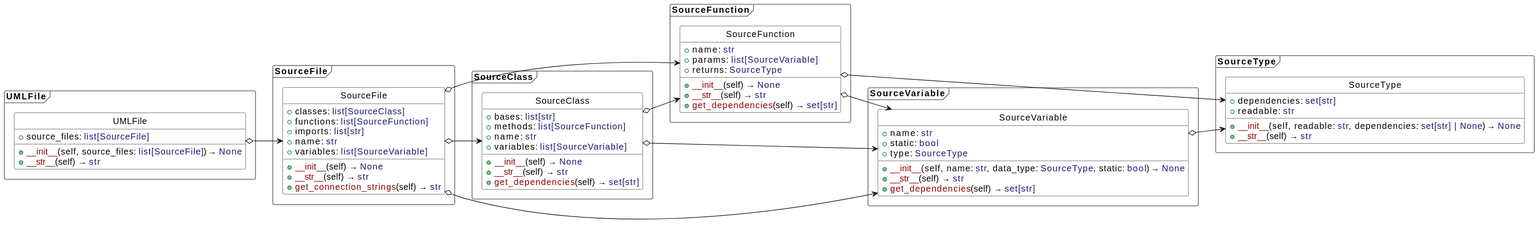
Before: data/uml.svg, a diagram exported from PlantUML (Domi04151309/pypu).
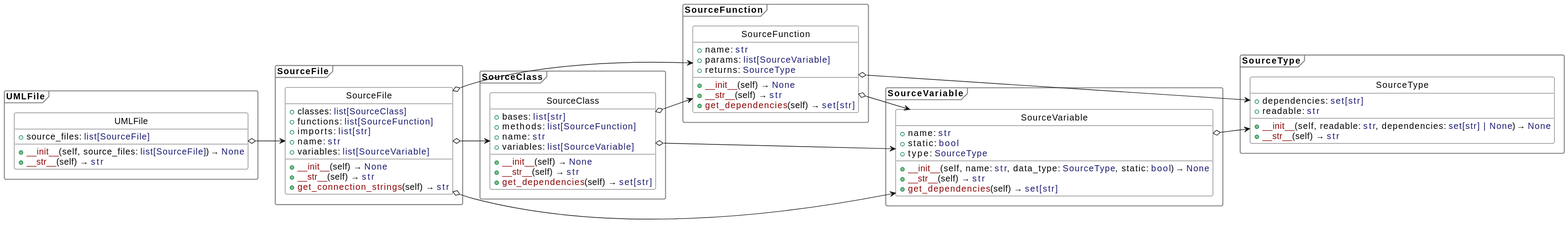
Above is the later version.

Commit message:
Generate diagrams for docs

Change to the diagram source:
```diff
@@ -6,7 +6,7 @@
 skinparam objectBackgroundColor white
 hide empty members
 hide circle
-package .SourceFile {
+package SourceFile {
 class SourceFile {
 + classes: <color:MidnightBlue>list[SourceClass]</color>
 + functions: <color:MidnightBlue>list[SourceFunction]</color>
@@ -19,7 +19,7 @@
 + <color:DarkRed>get_connection_strings</color>(self) → <color:MidnightBlue>str</color>
 }
 }
-package .SourceFunction {
+package SourceFunction {
 class SourceFunction {
 + name: <color:MidnightBlue>str</color>
 + params: <color:MidnightBlue>list[SourceVariable]</color>
@@ -30,7 +30,7 @@
 + <color:DarkRed>get_dependencies</color>(self) → <color:MidnightBlue>set[str]</color>
 }
 }
-package .SourceClass {
+package SourceClass {
 class SourceClass {
 + bases: <color:MidnightBlue>list[str]</color>
 + methods: <color:MidnightBlue>list[SourceFunction]</color>
@@ -42,7 +42,7 @@
 + <color:DarkRed>get_dependencies</color>(self) → <color:MidnightBlue>set[str]</color>
 }
 }
-package .SourceType {
+package SourceType {
 class SourceType {
 + dependencies: <color:MidnightBlue>set[str]</color>
 + readable: <color:MidnightBlue>str</color>
@@ -51,7 +51,7 @@
 + <color:DarkRed>__str__</color>(self) → <color:MidnightBlue>str</color>
 }
 }
-package .SourceVariable {
+package SourceVariable {
 class SourceVariable {
 + name: <color:MidnightBlue>str</color>
 + static: <color:MidnightBlue>bool</color>
@@ -62,7 +62,7 @@
 + <color:DarkRed>get_dependencies</color>(self) → <color:MidnightBlue>set[str]</color>
 }
 }
-package .UMLFile {
+package UMLFile {
 class UMLFile {
 + source_files: <color:MidnightBlue>list[SourceFile]</color>
 __
@@ -70,13 +70,13 @@
 + <color:DarkRed>__str__</color>(self) → <color:MidnightBlue>str</color>
 }
 }
-.SourceFile.SourceFile o--> .SourceClass.SourceClass
-.SourceFile.SourceFile o--> .SourceVariable.SourceVariable
-.SourceFile.SourceFile o--> .SourceFunction.SourceFunction
-.SourceFunction.SourceFunction o--> .SourceType.SourceType
-.SourceFunction.SourceFunction o--> .SourceVariable.SourceVariable
-.SourceClass.SourceClass o--> .SourceVariable.SourceVariable
-.SourceClass.SourceClass o--> .SourceFunction.SourceFunction
-.SourceVariable.SourceVariable o--> .SourceType.SourceType
-.UMLFile.UMLFile o--> .SourceFile.SourceFile
+SourceFile.SourceFile o--> .SourceVariable.SourceVariable
+SourceFile.SourceFile o--> .SourceClass.SourceClass
+SourceFile.SourceFile o--> .SourceFunction.SourceFunction
+SourceFunction.SourceFunction o--> .SourceType.SourceType
+SourceFunction.SourceFunction o--> .SourceVariable.SourceVariable
+SourceClass.SourceClass o--> .SourceVariable.SourceVariable
+SourceClass.SourceClass o--> .SourceFunction.SourceFunction
+SourceVariable.SourceVariable o--> .SourceType.SourceType
+UMLFile.UMLFile o--> .SourceFile.SourceFile
 @enduml
```
